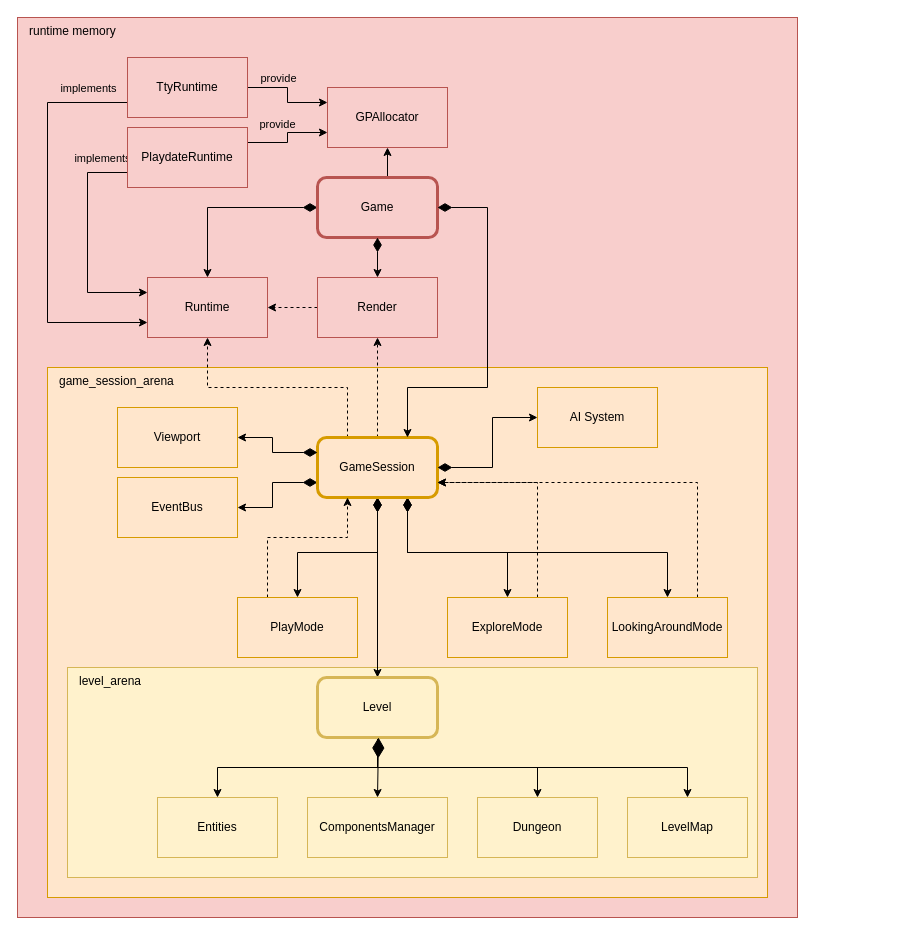
Earlier version of the draw.io diagram page "Main components" (2 of 9) of docs/schemas.drawio (vladimir-popov/forgotten_catacombs). Source tidied: cells renumbered, new cells numbered last; positions are measured from the earlier drawing's top-left corner, leaving out a move shared by most shapes. Both pictures are drawn from the tidied source at 100%, with x=0, y=0 at pixel (17, 17).
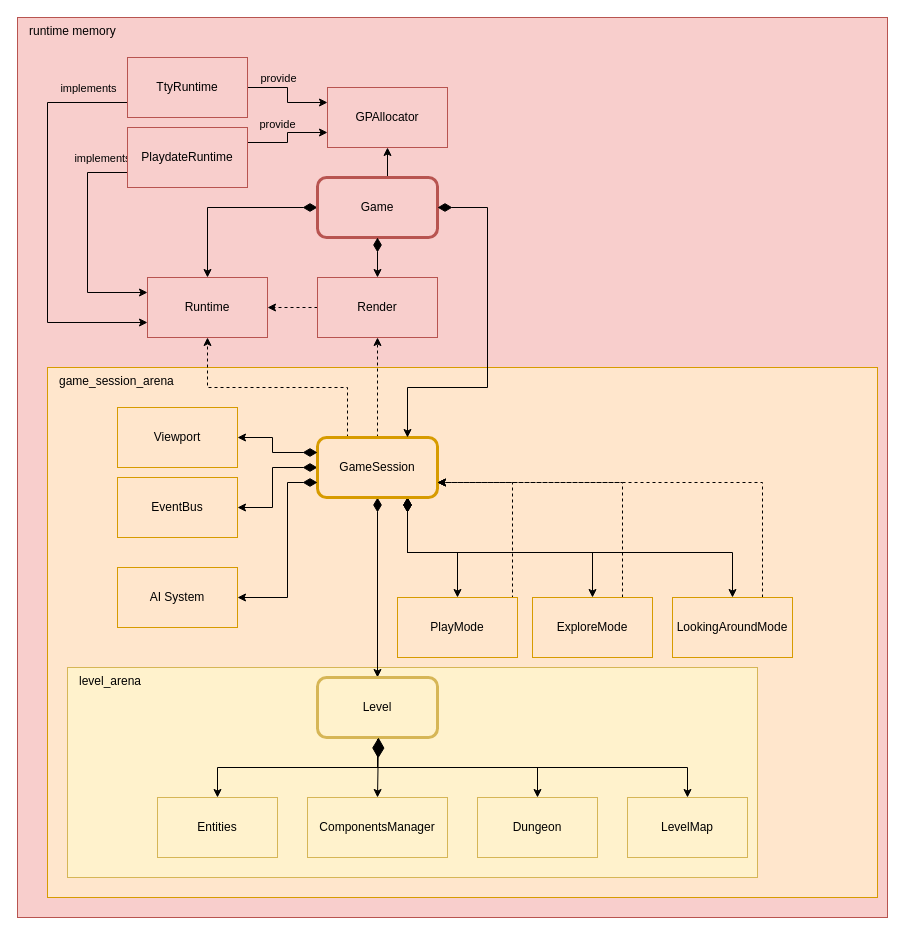
The same diagram, later.

The change refers to these unchanged cells:
```xml
<mxCell id="16" value="GameSession" style="rounded=1;whiteSpace=wrap;html=1;fillColor=#ffe6cc;strokeColor=#d79b00;strokeWidth=3;" parent="1" vertex="1">
  <mxGeometry x="300" y="420" width="120" height="60" as="geometry" />
</mxCell>
<mxCell id="52" value="EventBus" style="rounded=0;whiteSpace=wrap;html=1;fillColor=#ffe6cc;strokeColor=#d79b00;" parent="1" vertex="1">
  <mxGeometry x="100" y="460" width="120" height="60" as="geometry" />
</mxCell>
```

Diff of the diagram source:
```diff
@@
     <mxCell id="2" value="runtime memory" style="rounded=0;whiteSpace=wrap;html=1;fillColor=#f8cecc;strokeColor=#b85450;verticalAlign=top;align=left;spacingLeft=10;" parent="1" vertex="1">
-      <mxGeometry width="780" height="900" as="geometry" />
+      <mxGeometry width="870" height="900" as="geometry" />
     </mxCell>
     <mxCell id="3" value="game_session_arena" style="rounded=0;whiteSpace=wrap;html=1;fillColor=#ffe6cc;strokeColor=#d79b00;align=left;verticalAlign=top;spacingLeft=10;" parent="1" vertex="1">
-      <mxGeometry x="30" y="350" width="720" height="530" as="geometry" />
+      <mxGeometry x="30" y="350" width="830" height="530" as="geometry" />
     </mxCell>
@@
-    <mxCell id="8" style="edgeStyle=orthogonalEdgeStyle;rounded=0;jettySize=auto;html=1;startArrow=diamondThin;startFill=1;startSize=12;" parent="1" edge="1" source="16" target="29">
+    <mxCell id="8" style="edgeStyle=orthogonalEdgeStyle;rounded=0;jettySize=auto;html=1;startArrow=diamondThin;startFill=1;startSize=12;exitX=0.75;exitY=1;exitDx=0;exitDy=0;" parent="1" edge="1" source="16" target="29">
       <mxGeometry relative="1" as="geometry" />
     </mxCell>
@@
-    <mxCell id="10" style="edgeStyle=orthogonalEdgeStyle;rounded=0;jettySize=auto;html=1;startArrow=diamondThin;startFill=1;startSize=12;exitX=0;exitY=0.75;exitDx=0;exitDy=0;" parent="1" edge="1" source="16" target="52">
+    <mxCell id="10" style="edgeStyle=orthogonalEdgeStyle;rounded=0;jettySize=auto;html=1;startArrow=diamondThin;startFill=1;startSize=12;exitX=0;exitY=0.5;exitDx=0;exitDy=0;" parent="1" edge="1" source="16" target="52">
       <mxGeometry relative="1" as="geometry" />
     </mxCell>
@@
-    <mxCell id="27" style="edgeStyle=orthogonalEdgeStyle;rounded=0;jettySize=auto;html=1;dashed=1;" parent="1" edge="1" source="29" target="16">
+    <mxCell id="27" style="edgeStyle=orthogonalEdgeStyle;rounded=0;jettySize=auto;html=1;dashed=1;entryX=1;entryY=0.75;entryDx=0;entryDy=0;exitX=0.75;exitY=0;exitDx=0;exitDy=0;" parent="1" edge="1" source="29" target="16">
       <mxGeometry relative="1" as="geometry">
         <Array as="points">
-          <mxPoint x="250" y="520" />
-          <mxPoint x="330" y="520" />
+          <mxPoint x="495" y="465" />
         </Array>
       </mxGeometry>
     </mxCell>
-    <mxCell id="28" style="edgeStyle=orthogonalEdgeStyle;rounded=0;jettySize=auto;html=1;startArrow=diamondThin;startFill=1;startSize=12;" parent="1" edge="1" source="16" target="51">
-      <mxGeometry relative="1" as="geometry" />
+    <mxCell id="28" style="edgeStyle=orthogonalEdgeStyle;rounded=0;jettySize=auto;html=1;startArrow=diamondThin;startFill=1;startSize=12;exitX=0;exitY=0.75;exitDx=0;exitDy=0;" parent="1" edge="1" source="16" target="51">
+      <mxGeometry relative="1" as="geometry">
+        <Array as="points">
+          <mxPoint x="270" y="465" />
+          <mxPoint x="270" y="580" />
+        </Array>
+      </mxGeometry>
     </mxCell>
     <mxCell id="29" value="PlayMode" style="rounded=0;whiteSpace=wrap;html=1;fillColor=#ffe6cc;strokeColor=#d79b00;" parent="1" vertex="1">
-      <mxGeometry x="220" y="580" width="120" height="60" as="geometry" />
+      <mxGeometry x="380" y="580" width="120" height="60" as="geometry" />
     </mxCell>
@@
     <mxCell id="31" value="ExploreMode" style="rounded=0;whiteSpace=wrap;html=1;fillColor=#ffe6cc;strokeColor=#d79b00;" parent="1" vertex="1">
-      <mxGeometry x="430" y="580" width="120" height="60" as="geometry" />
+      <mxGeometry x="515" y="580" width="120" height="60" as="geometry" />
     </mxCell>
@@
     <mxCell id="37" value="LookingAroundMode" style="rounded=0;whiteSpace=wrap;html=1;fillColor=#ffe6cc;strokeColor=#d79b00;" parent="1" vertex="1">
-      <mxGeometry x="590" y="580" width="120" height="60" as="geometry" />
+      <mxGeometry x="655" y="580" width="120" height="60" as="geometry" />
     </mxCell>
@@
     <mxCell id="51" value="AI System" style="rounded=0;whiteSpace=wrap;html=1;fillColor=#ffe6cc;strokeColor=#d79b00;" parent="1" vertex="1">
-      <mxGeometry x="520" y="370" width="120" height="60" as="geometry" />
+      <mxGeometry x="100" y="550" width="120" height="60" as="geometry" />
     </mxCell>
```
